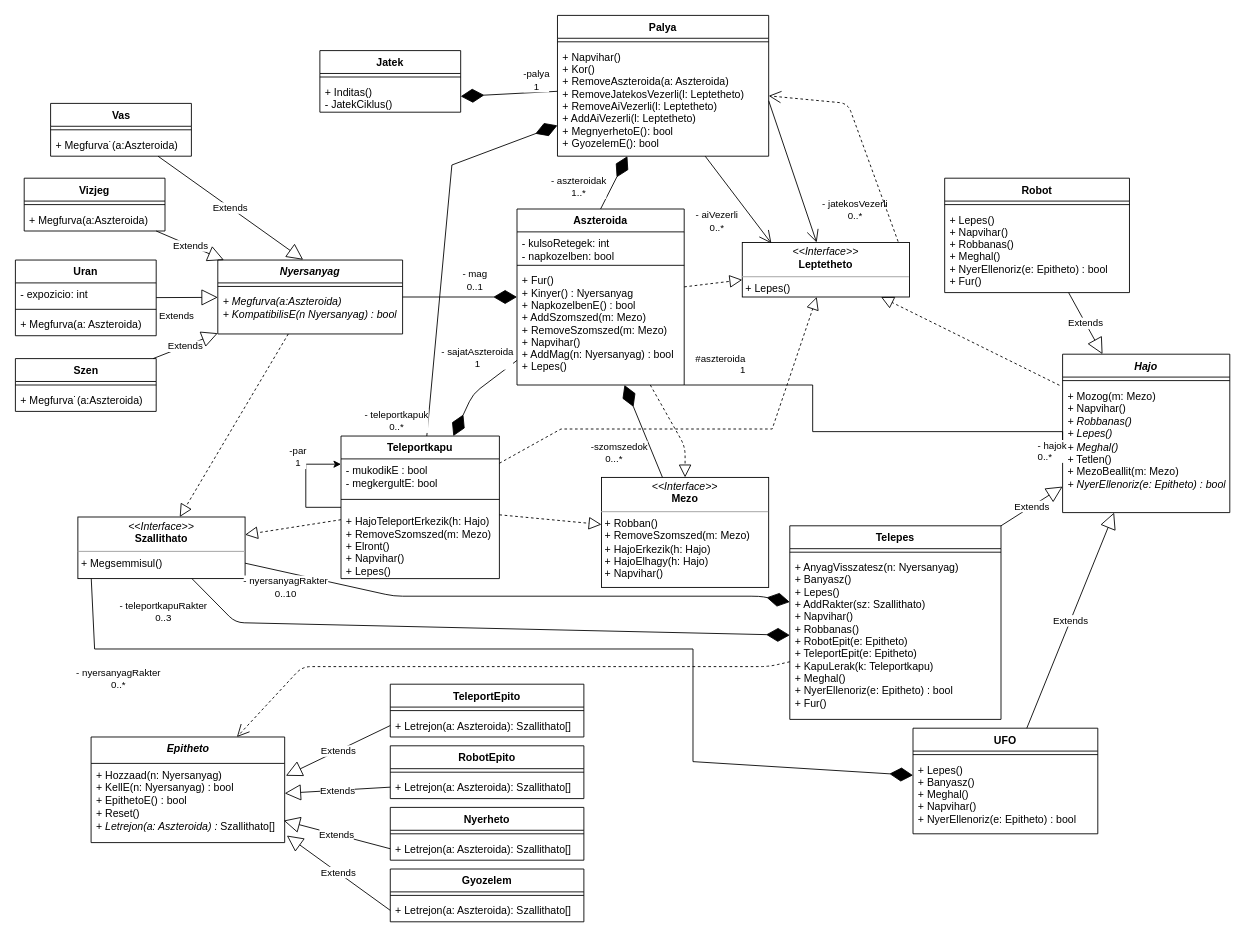
This is doc/class.drawio from torpeBoiGo/aszteroidabanyaszat, a draw.io file, before an edit. Source tidied: cells renumbered, new cells numbered last; positions are measured from the earlier drawing's top-left corner, leaving out a move shared by most shapes. Both pictures are drawn from the tidied source at 88%, with x=0, y=0 at pixel (15, 15).
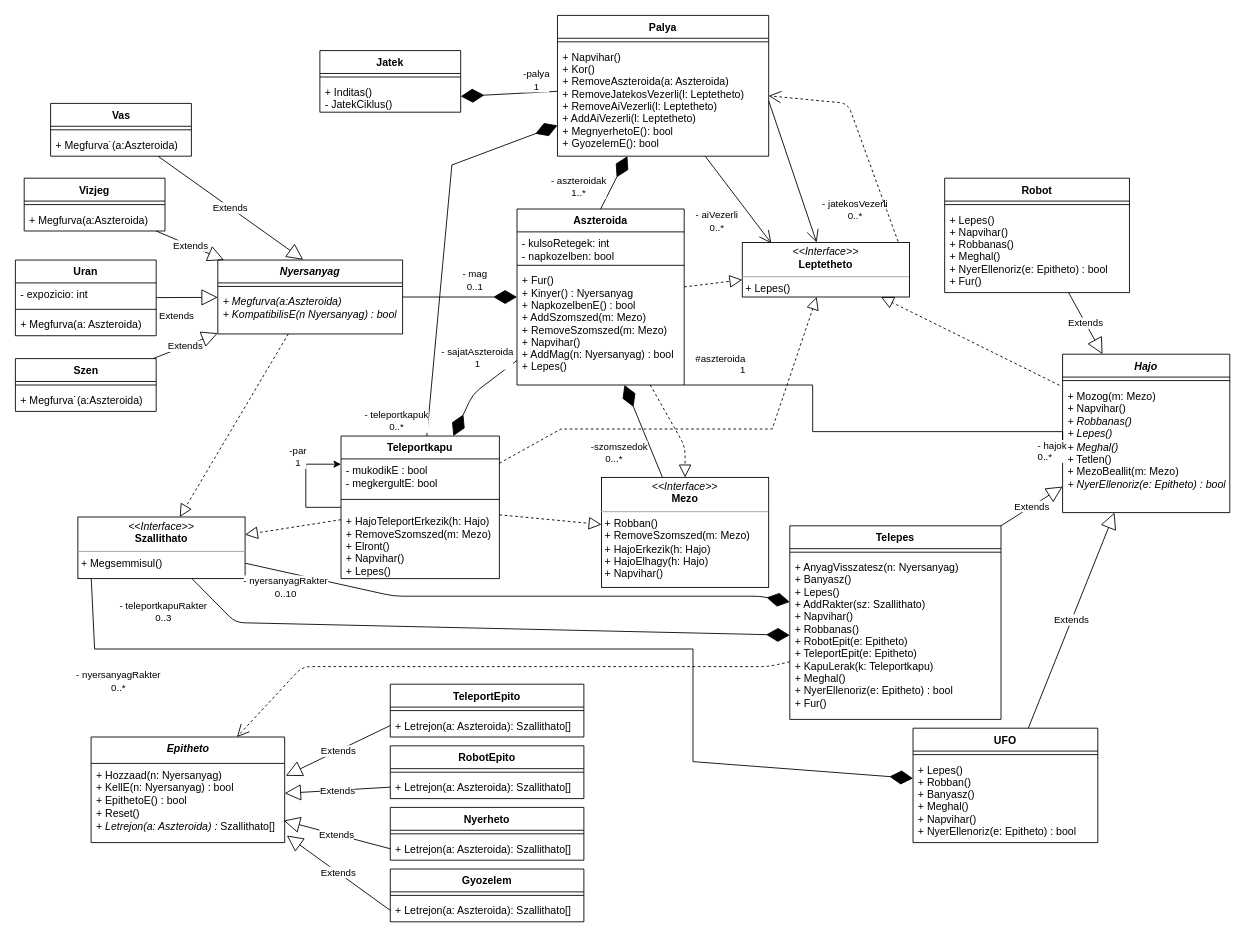
The same page after the edit.

Commit message:
ufo robban()

Change to the diagram source:
```diff
@@
     <mxCell id="98" value="UFO" style="swimlane;fontStyle=1;align=center;verticalAlign=top;horizontal=1;startSize=26;" parent="1" vertex="1">
-      <mxGeometry x="1020" y="810" width="210" height="120" as="geometry" />
+      <mxGeometry x="1020" y="810" width="210" height="130" as="geometry" />
     </mxCell>
@@
-    <mxCell id="100" value="+ Lepes()&#10;+ Banyasz()&#10;+ Meghal()&#10;+ Napvihar()&#10;+ NyerEllenoriz(e: Epitheto) : bool" style="text;strokeColor=none;fillColor=none;align=left;verticalAlign=top;spacingLeft=4;spacingRight=4;overflow=hidden;" parent="98" vertex="1">
-      <mxGeometry y="34" width="210" height="86" as="geometry" />
+    <mxCell id="100" value="+ Lepes()&#10;+ Robban()&#10;+ Banyasz()&#10;+ Meghal()&#10;+ Napvihar()&#10;+ NyerEllenoriz(e: Epitheto) : bool" style="text;strokeColor=none;fillColor=none;align=left;verticalAlign=top;spacingLeft=4;spacingRight=4;overflow=hidden;" parent="98" vertex="1">
+      <mxGeometry y="34" width="210" height="96" as="geometry" />
     </mxCell>
```
